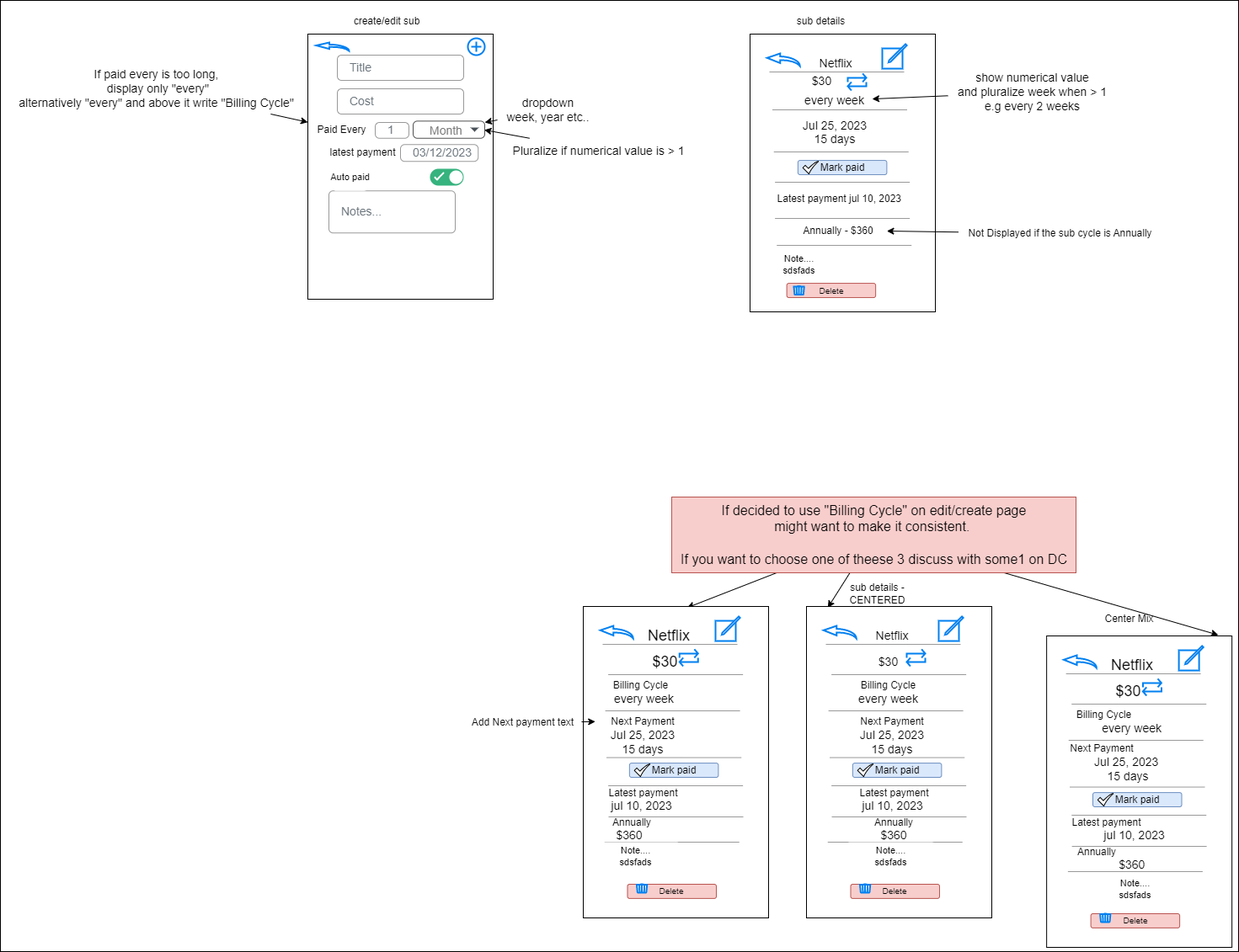
Earlier version of the draw.io export docs/mockups.png (Code2Gether-Discord/subtrack). Source tidied: cells renumbered, new cells last; positions are measured from the earlier drawing's top-left corner, leaving out a move shared by most shapes.
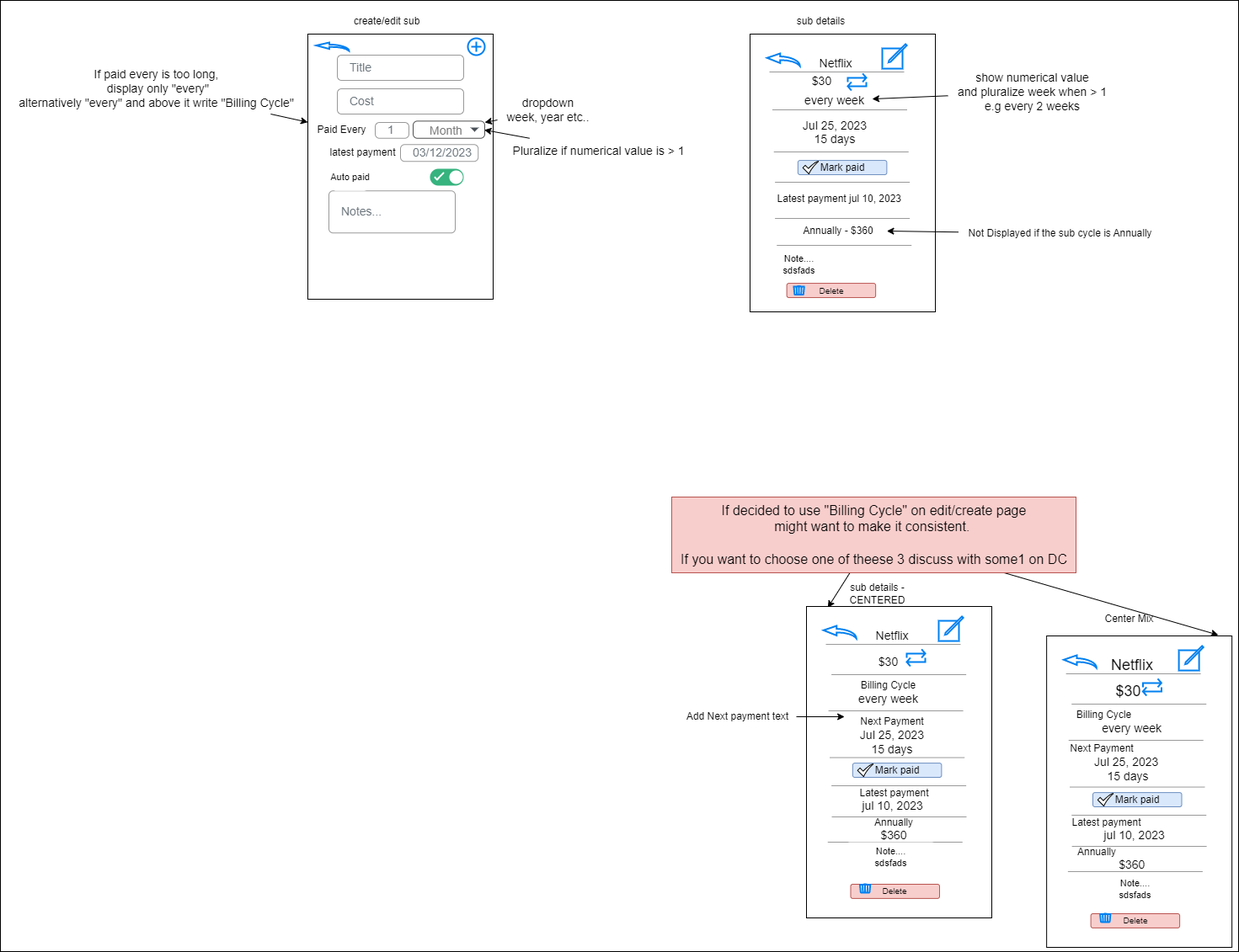
Later version of the same file.

Commit message:
mockups update bill cycle

Diff of the diagram source:
```diff
@@ -152,9 +152,6 @@
     <mxCell id="49" value="show numerical value &lt;br&gt;and pluralize week when &amp;gt; 1&lt;br&gt;e.g every 2 weeks" style="text;html=1;align=center;verticalAlign=middle;points=[];strokeColor=none;fillColor=none;fontSize=14;" parent="1" vertex="1">
       <mxGeometry x="1125" y="79" width="200" height="60" as="geometry" />
     </mxCell>
-    <mxCell id="50" style="edgeStyle=none;html=1;entryX=0.56;entryY=0.004;entryDx=0;entryDy=0;entryPerimeter=0;fontSize=12;" parent="1" edge="1" source="53" target="77">
-      <mxGeometry relative="1" as="geometry" />
-    </mxCell>
     <mxCell id="51" style="edgeStyle=none;html=1;entryX=0.115;entryY=0.004;entryDx=0;entryDy=0;entryPerimeter=0;fontSize=12;" parent="1" edge="1" source="53" target="54">
       <mxGeometry relative="1" as="geometry" />
     </mxCell>
@@ -233,77 +230,11 @@
     <mxCell id="76" value="&lt;span style=&quot;font-size: 12px;&quot;&gt;Latest payment&lt;br&gt;&lt;/span&gt;&lt;span style=&quot;font-size: 14px;&quot;&gt;jul 10, 2023&amp;nbsp;&lt;/span&gt;&lt;span style=&quot;font-size: 12px;&quot;&gt;&lt;br&gt;&lt;/span&gt;" style="text;html=1;align=center;verticalAlign=middle;strokeColor=none;fillColor=none;fontSize=12;" parent="1" vertex="1">
       <mxGeometry x="1005.9" y="930" width="110" height="40" as="geometry" />
     </mxCell>
-    <mxCell id="77" style="rounded=0;whiteSpace=wrap;html=1;" parent="1" vertex="1">
-      <mxGeometry x="692" y="720" width="220" height="370" as="geometry" />
-    </mxCell>
-    <mxCell id="78" style="html=1;verticalLabelPosition=bottom;align=center;labelBackgroundColor=#ffffff;verticalAlign=top;strokeWidth=2;strokeColor=#0080F0;shadow=0;dashed=0;shape=mxgraph.ios7.icons.back;fontFamily=Helvetica;" parent="1" vertex="1">
-      <mxGeometry x="712.2" y="743" width="39" height="15" as="geometry" />
-    </mxCell>
-    <mxCell id="79" value="&lt;span style=&quot;color: rgb(0, 0, 0); font-size: 12px;&quot;&gt;Mark paid&lt;/span&gt;" style="rounded=1;html=1;shadow=0;dashed=0;whiteSpace=wrap;fontSize=10;align=center;fontFamily=Helvetica;fillColor=#dae8fc;strokeColor=#6c8ebf;" parent="1" vertex="1">
-      <mxGeometry x="746.9" y="906.1" width="105.5" height="16.9" as="geometry" />
-    </mxCell>
-    <mxCell id="80" style="sketch=0;html=1;shadow=0;align=center;verticalAlign=top;shape=mxgraph.gcp2.check;fontFamily=Helvetica;" parent="1" vertex="1">
-      <mxGeometry x="752.6" y="907.1" width="18.8" height="15" as="geometry" />
-    </mxCell>
-    <mxCell id="81" style="html=1;verticalLabelPosition=bottom;align=center;labelBackgroundColor=#ffffff;verticalAlign=top;strokeWidth=2;strokeColor=#0080F0;shadow=0;dashed=0;shape=mxgraph.ios7.icons.compose;fontFamily=Helvetica;" parent="1" vertex="1">
-      <mxGeometry x="849" y="731.9" width="29.1" height="29.1" as="geometry" />
-    </mxCell>
-    <mxCell id="82" value="&lt;br&gt;&lt;font style=&quot;&quot;&gt;&lt;br&gt;&lt;font style=&quot;font-size: 12px;&quot;&gt;Next Payment&lt;/font&gt;&lt;br&gt;Jul 25, 2023&lt;br&gt;15 days&lt;/font&gt;" style="text;html=1;strokeColor=none;fillColor=none;align=center;verticalAlign=middle;whiteSpace=wrap;rounded=0;fontSize=14;" parent="1" vertex="1">
-      <mxGeometry x="706.2" y="846" width="113.8" height="20" as="geometry" />
-    </mxCell>
-    <mxCell id="83" value="&amp;nbsp; Annually&lt;br&gt;&lt;font style=&quot;font-size: 14px;&quot;&gt;$360&lt;/font&gt;" style="text;html=1;strokeColor=none;fillColor=none;align=center;verticalAlign=middle;whiteSpace=wrap;rounded=0;fontSize=12;" parent="1" vertex="1">
-      <mxGeometry x="690" y="970" width="114.2" height="30" as="geometry" />
-    </mxCell>
-    <mxCell id="84" style="verticalLabelPosition=bottom;shadow=0;dashed=0;align=center;html=1;verticalAlign=top;strokeWidth=1;shape=mxgraph.mockup.markup.line;strokeColor=#999999;fontSize=12;" parent="1" vertex="1">
-      <mxGeometry x="719.6" y="889.6" width="160" height="20" as="geometry" />
-    </mxCell>
-    <mxCell id="85" style="verticalLabelPosition=bottom;shadow=0;dashed=0;align=center;html=1;verticalAlign=top;strokeWidth=1;shape=mxgraph.mockup.markup.line;strokeColor=#999999;fontSize=12;" parent="1" vertex="1">
-      <mxGeometry x="721.6" y="923" width="160" height="20" as="geometry" />
-    </mxCell>
-    <mxCell id="86" style="verticalLabelPosition=bottom;shadow=0;dashed=0;align=center;html=1;verticalAlign=top;strokeWidth=1;shape=mxgraph.mockup.markup.line;strokeColor=#999999;fontSize=12;" parent="1" vertex="1">
-      <mxGeometry x="722" y="960" width="160" height="20" as="geometry" />
-    </mxCell>
-    <mxCell id="87" style="verticalLabelPosition=bottom;shadow=0;dashed=0;align=center;html=1;verticalAlign=top;strokeWidth=1;shape=mxgraph.mockup.markup.line;strokeColor=#999999;fontSize=12;" parent="1" vertex="1">
-      <mxGeometry x="717.2" y="990" width="160" height="20" as="geometry" />
-    </mxCell>
-    <mxCell id="88" value="Note....&lt;br&gt;sdsfads" style="rounded=1;arcSize=10;html=1;fontSize=11;align=center;fontStyle=0;fontSize=11;sketch=0;hachureGap=4;fontFamily=Helvetica;strokeColor=none;direction=south;" parent="1" vertex="1">
-      <mxGeometry x="702.2" y="1000" width="104" height="35" as="geometry" />
-    </mxCell>
-    <mxCell id="89" value="Netflix" style="text;html=1;strokeColor=none;fillColor=none;align=center;verticalAlign=middle;whiteSpace=wrap;rounded=0;fontSize=18;" parent="1" vertex="1">
-      <mxGeometry x="737.1" y="735.9" width="113.8" height="38.1" as="geometry" />
-    </mxCell>
-    <mxCell id="90" style="html=1;verticalLabelPosition=bottom;align=center;labelBackgroundColor=#ffffff;verticalAlign=top;strokeWidth=2;strokeColor=#0080F0;shadow=0;dashed=0;shape=mxgraph.ios7.icons.repeat;fontSize=14;" parent="1" vertex="1">
-      <mxGeometry x="806.2" y="770.8" width="22" height="20.2" as="geometry" />
-    </mxCell>
-    <mxCell id="91" value="$30" style="text;html=1;strokeColor=none;fillColor=none;align=center;verticalAlign=middle;whiteSpace=wrap;rounded=0;fontSize=18;" parent="1" vertex="1">
-      <mxGeometry x="759" y="771" width="61" height="30" as="geometry" />
-    </mxCell>
-    <mxCell id="92" style="verticalLabelPosition=bottom;shadow=0;dashed=0;align=center;html=1;verticalAlign=top;strokeWidth=1;shape=mxgraph.mockup.markup.line;strokeColor=#999999;fontSize=12;" parent="1" vertex="1">
-      <mxGeometry x="721.6" y="791" width="160" height="20" as="geometry" />
-    </mxCell>
-    <mxCell id="93" style="verticalLabelPosition=bottom;shadow=0;dashed=0;align=center;html=1;verticalAlign=top;strokeWidth=1;shape=mxgraph.mockup.markup.line;strokeColor=#999999;fontSize=12;" parent="1" vertex="1">
-      <mxGeometry x="715" y="755" width="160" height="20" as="geometry" />
-    </mxCell>
-    <mxCell id="94" value="Delete" style="rounded=1;html=1;shadow=0;dashed=0;whiteSpace=wrap;fontSize=10;fillColor=#f8cecc;align=center;strokeColor=#b85450;" parent="1" vertex="1">
-      <mxGeometry x="744.5" y="1050" width="105.5" height="16.9" as="geometry" />
-    </mxCell>
-    <mxCell id="95" style="html=1;verticalLabelPosition=bottom;align=center;labelBackgroundColor=#ffffff;verticalAlign=top;strokeWidth=2;strokeColor=#0080F0;shadow=0;dashed=0;shape=mxgraph.ios7.icons.trashcan;" parent="1" vertex="1">
-      <mxGeometry x="754.6" y="1050" width="14" height="10" as="geometry" />
-    </mxCell>
-    <mxCell id="96" value="&lt;span style=&quot;font-size: 12px;&quot;&gt;Billing Cycle&lt;/span&gt;&lt;br&gt;&amp;nbsp; every week" style="text;html=1;align=center;verticalAlign=middle;strokeColor=none;fillColor=none;fontSize=14;" parent="1" vertex="1">
-      <mxGeometry x="710" y="796" width="100" height="50" as="geometry" />
-    </mxCell>
-    <mxCell id="97" style="verticalLabelPosition=bottom;shadow=0;dashed=0;align=center;html=1;verticalAlign=top;strokeWidth=1;shape=mxgraph.mockup.markup.line;strokeColor=#999999;fontSize=12;" parent="1" vertex="1">
-      <mxGeometry x="718.1" y="834" width="160" height="20" as="geometry" />
-    </mxCell>
-    <mxCell id="98" value="&lt;span style=&quot;font-size: 12px;&quot;&gt;Latest payment&lt;br&gt;&lt;/span&gt;&lt;span style=&quot;font-size: 14px;&quot;&gt;jul 10, 2023&amp;nbsp;&lt;/span&gt;&lt;span style=&quot;font-size: 12px;&quot;&gt;&lt;br&gt;&lt;/span&gt;" style="text;html=1;align=center;verticalAlign=middle;strokeColor=none;fillColor=none;fontSize=12;" parent="1" vertex="1">
-      <mxGeometry x="708.1" y="930" width="110" height="40" as="geometry" />
-    </mxCell>
-    <mxCell id="99" style="edgeStyle=none;html=1;fontSize=12;" parent="1" edge="1" source="100" target="82">
-      <mxGeometry relative="1" as="geometry" />
-    </mxCell>
+    <mxCell id="126" style="edgeStyle=none;html=1;entryX=0;entryY=0.25;entryDx=0;entryDy=0;" parent="1" edge="1" source="100" target="60">
+      <mxGeometry relative="1" as="geometry" />
+    </mxCell>
     <mxCell id="100" value="Add Next payment text" style="text;html=1;align=center;verticalAlign=middle;points=[];strokeColor=none;fillColor=none;fontSize=12;" parent="1" vertex="1">
-      <mxGeometry x="550" y="843.1" width="140" height="30" as="geometry" />
+      <mxGeometry x="805" y="836" width="140" height="30" as="geometry" />
     </mxCell>
     <mxCell id="101" style="edgeStyle=none;html=1;entryX=1;entryY=0.5;entryDx=0;entryDy=0;fontSize=18;" parent="1" edge="1" source="102" target="34">
       <mxGeometry relative="1" as="geometry" />
```
